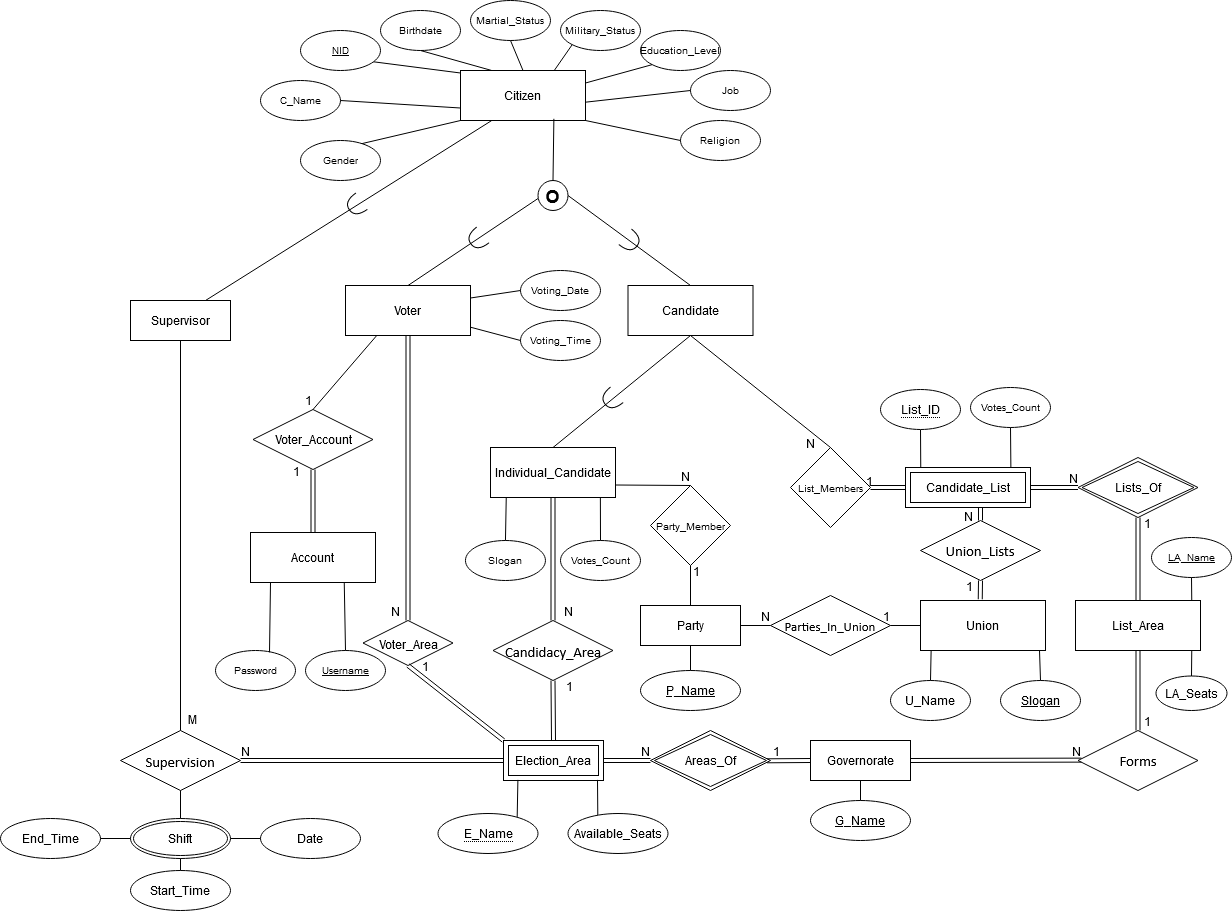
Above: ERD.png in ziad-khobeiz/e-voting-system (draw.io), before the change. Source tidied: cells renumbered, new cells last; positions are measured from the earlier drawing's top-left corner, leaving out a move shared by most shapes.
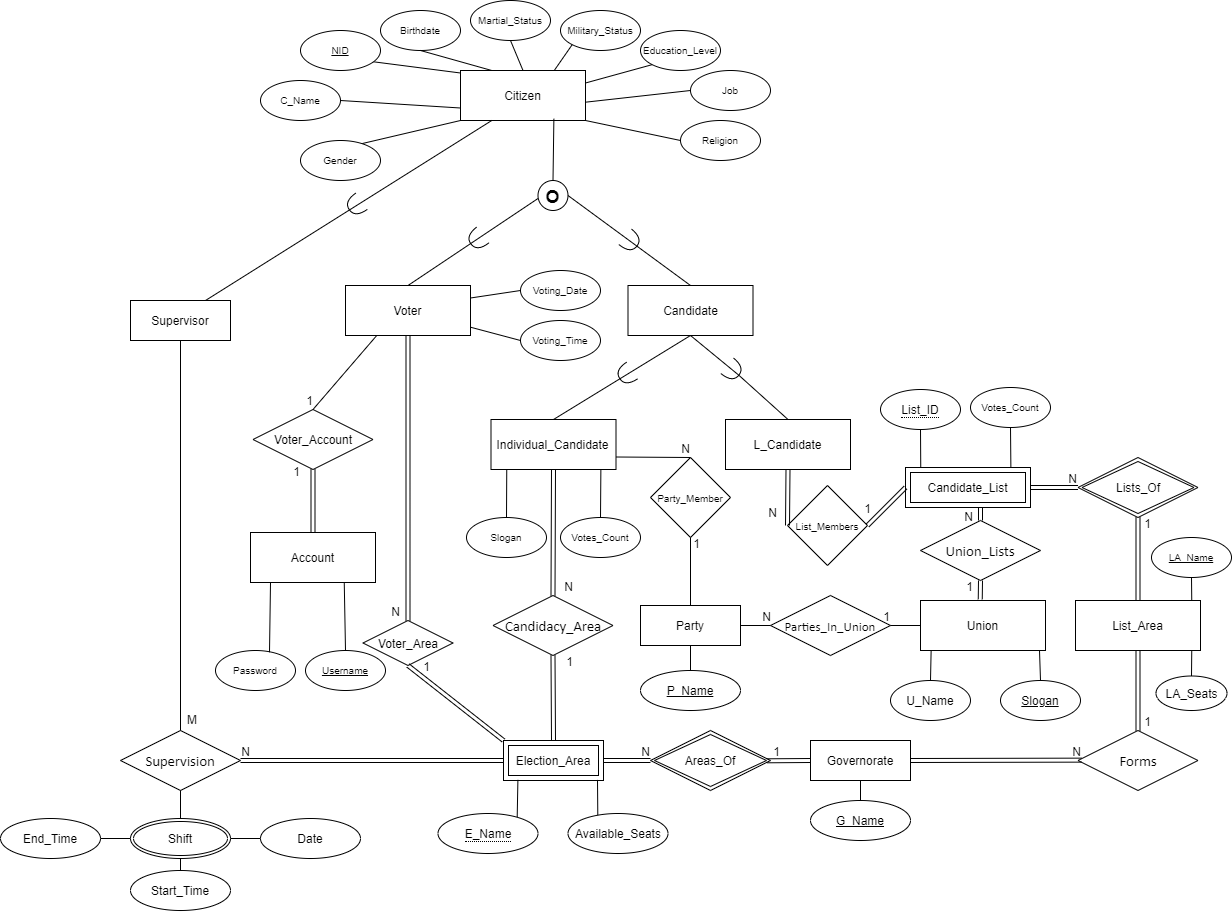
The same file after the commit.

Change to the diagram source:
```diff
@@ -84,13 +84,13 @@
       <mxGeometry x="305" y="650" width="80" height="40" as="geometry" />
     </mxCell>
     <mxCell id="28" value="Individual_Candidate" style="rounded=0;whiteSpace=wrap;html=1;" parent="1" vertex="1">
-      <mxGeometry x="490" y="447" width="125" height="50" as="geometry" />
+      <mxGeometry x="490.5" y="419" width="125" height="50" as="geometry" />
     </mxCell>
     <mxCell id="29" value="Slogan" style="ellipse;whiteSpace=wrap;html=1;fontSize=10;" parent="1" vertex="1">
-      <mxGeometry x="465" y="540" width="80" height="40" as="geometry" />
+      <mxGeometry x="466" y="517" width="80" height="40" as="geometry" />
     </mxCell>
     <mxCell id="30" value="Votes_Count" style="ellipse;whiteSpace=wrap;html=1;fontSize=10;" parent="1" vertex="1">
-      <mxGeometry x="560" y="540" width="80" height="40" as="geometry" />
+      <mxGeometry x="560" y="517" width="80" height="40" as="geometry" />
     </mxCell>
     <mxCell id="31" style="endArrow=none;html=1;exitX=0.5;exitY=0;exitDx=0;exitDy=0;entryX=0.126;entryY=0.993;entryDx=0;entryDy=0;entryPerimeter=0;" parent="1" edge="1" source="29" target="28">
       <mxGeometry relative="1" as="geometry" />
@@ -225,7 +225,7 @@
       </mxGeometry>
     </mxCell>
     <mxCell id="73" value="&lt;span style=&quot;font-size: 11.0pt ; line-height: 107% ; font-family: &amp;#34;calibri&amp;#34; , sans-serif&quot;&gt;Candidacy_Area&lt;/span&gt;" style="shape=rhombus;perimeter=rhombusPerimeter;whiteSpace=wrap;html=1;align=center;strokeColor=#000000;gradientColor=none;fontSize=18;" parent="1" vertex="1">
-      <mxGeometry x="492.5" y="620" width="120" height="60" as="geometry" />
+      <mxGeometry x="492.5" y="595" width="120" height="60" as="geometry" />
     </mxCell>
     <mxCell id="74" value="&lt;font style=&quot;font-size: 12px&quot;&gt;Voter_Area&lt;/font&gt;" style="shape=rhombus;perimeter=rhombusPerimeter;whiteSpace=wrap;html=1;align=center;strokeColor=#000000;gradientColor=none;fontSize=14;" parent="1" vertex="1">
       <mxGeometry x="362.5" y="620" width="90" height="45" as="geometry" />
@@ -302,9 +302,9 @@
       <mxGeometry relative="1" as="geometry" />
     </mxCell>
     <mxCell id="94" value="&lt;font style=&quot;font-size: 10px&quot;&gt;List_Members&lt;/font&gt;" style="rhombus;whiteSpace=wrap;html=1;" parent="1" vertex="1">
-      <mxGeometry x="790" y="447" width="80" height="80" as="geometry" />
+      <mxGeometry x="787" y="485" width="80" height="80" as="geometry" />
     </mxCell>
-    <mxCell id="95" style="endArrow=none;html=1;exitX=0.5;exitY=0;exitDx=0;exitDy=0;entryX=0.5;entryY=1;entryDx=0;entryDy=0;" parent="1" edge="1" source="94" target="97">
+    <mxCell id="95" style="endArrow=none;html=1;exitX=1;exitY=0.5;exitDx=0;exitDy=0;entryX=0.5;entryY=1;entryDx=0;entryDy=0;exitPerimeter=0;" parent="1" edge="1" source="140" target="97">
       <mxGeometry relative="1" as="geometry" />
     </mxCell>
     <mxCell id="96" style="endArrow=none;html=1;exitX=1;exitY=0.5;exitDx=0;exitDy=0;entryX=0.5;entryY=0;entryDx=0;entryDy=0;" parent="1" edge="1" source="67" target="97">
@@ -313,8 +313,8 @@
     <mxCell id="97" value="Candidate" style="rounded=0;whiteSpace=wrap;html=1;" parent="1" vertex="1">
       <mxGeometry x="627.5" y="285" width="125" height="50" as="geometry" />
     </mxCell>
-    <mxCell id="98" style="shape=requiredInterface;html=1;verticalLabelPosition=bottom;strokeColor=#000000;gradientColor=none;rotation=141;" parent="1" vertex="1">
-      <mxGeometry x="603" y="389" width="15" height="20" as="geometry" />
+    <mxCell id="98" style="shape=requiredInterface;html=1;verticalLabelPosition=bottom;strokeColor=#000000;gradientColor=none;rotation=147;" parent="1" vertex="1">
+      <mxGeometry x="618" y="364" width="15" height="20" as="geometry" />
     </mxCell>
     <mxCell id="99" value="&lt;span style=&quot;font-size: 11.0pt ; line-height: 107% ; font-family: &amp;#34;calibri&amp;#34; , sans-serif&quot;&gt;Forms&lt;/span&gt;" style="shape=rhombus;perimeter=rhombusPerimeter;whiteSpace=wrap;html=1;align=center;strokeColor=#000000;gradientColor=none;fontSize=14;" parent="1" vertex="1">
       <mxGeometry x="1077.5" y="730" width="120" height="60" as="geometry" />
@@ -383,7 +383,7 @@
       <mxGeometry relative="1" as="geometry" />
     </mxCell>
     <mxCell id="118" value="&lt;font style=&quot;font-size: 10px&quot;&gt;Party_Member&lt;/font&gt;" style="rhombus;whiteSpace=wrap;html=1;" parent="1" vertex="1">
-      <mxGeometry x="650" y="485" width="80" height="80" as="geometry" />
+      <mxGeometry x="650" y="457" width="80" height="80" as="geometry" />
     </mxCell>
     <mxCell id="119" style="endArrow=none;html=1;rounded=0;fontSize=14;entryX=0.5;entryY=1;entryDx=0;entryDy=0;exitX=0.5;exitY=0;exitDx=0;exitDy=0;" parent="1" edge="1" source="61" target="118">
       <mxGeometry relative="1" as="geometry" />
@@ -407,7 +407,7 @@
       </mxGeometry>
     </mxCell>
     <mxCell id="124" value="1" style="html=1;align=right;verticalAlign=bottom;" parent="1" vertex="1">
-      <mxGeometry x="982.5" y="615.7" as="geometry">
+      <mxGeometry x="980" y="642.5" as="geometry">
         <mxPoint x="-109" y="-126" as="offset" />
       </mxGeometry>
     </mxCell>
@@ -467,5 +467,22 @@
     <mxCell id="139" style="shape=requiredInterface;html=1;verticalLabelPosition=bottom;strokeColor=#000000;gradientColor=none;rotation=145;" parent="1" vertex="1">
       <mxGeometry x="347.5" y="195" width="15" height="20" as="geometry" />
     </mxCell>
+    <mxCell id="140" style="shape=requiredInterface;html=1;verticalLabelPosition=bottom;strokeColor=#000000;gradientColor=none;rotation=39;" parent="1" vertex="1">
+      <mxGeometry x="725" y="360" width="15" height="20" as="geometry" />
+    </mxCell>
+    <mxCell id="141" style="endArrow=none;html=1;entryX=1;entryY=0.5;entryDx=0;entryDy=0;entryPerimeter=0;exitX=0.5;exitY=0;exitDx=0;exitDy=0;" parent="1" edge="1" source="142" target="140">
+      <mxGeometry relative="1" as="geometry" />
+    </mxCell>
+    <mxCell id="142" value="L_Candidate" style="rounded=0;whiteSpace=wrap;html=1;" parent="1" vertex="1">
+      <mxGeometry x="725" y="419" width="125" height="50" as="geometry" />
+    </mxCell>
+    <mxCell id="143" style="shape=link;html=1;rounded=0;exitX=0.5;exitY=1;exitDx=0;exitDy=0;entryX=0;entryY=0.5;entryDx=0;entryDy=0;" parent="1" edge="1" source="142" target="94">
+      <mxGeometry relative="1" as="geometry" />
+    </mxCell>
+    <mxCell id="144" value="N" style="html=1;align=right;verticalAlign=bottom;" parent="143" vertex="1">
+      <mxGeometry x="1" relative="1" as="geometry">
+        <mxPoint x="-10" y="-5" as="offset" />
+      </mxGeometry>
+    </mxCell>
   </root>
 </mxGraphModel>
```
